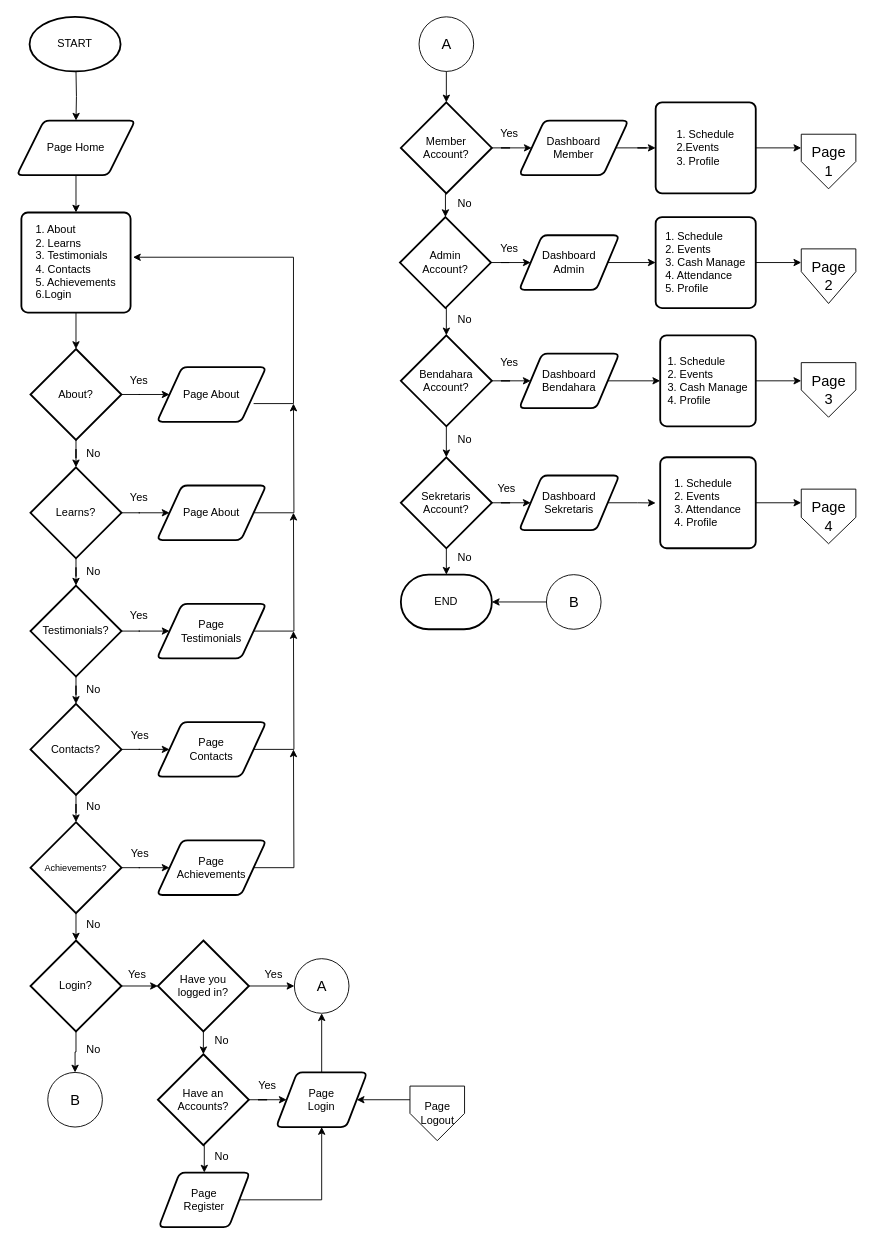
dapzz-id/DrawIO keeps this draw.io diagram as Syntax-Web.drawio. Above is the earlier version. Source tidied: cells renumbered, new cells numbered last; positions are measured from the earlier drawing's top-left corner, leaving out a move shared by most shapes. Both pictures are drawn from the tidied source at 91%, with x=0, y=0 at pixel (16, 16).
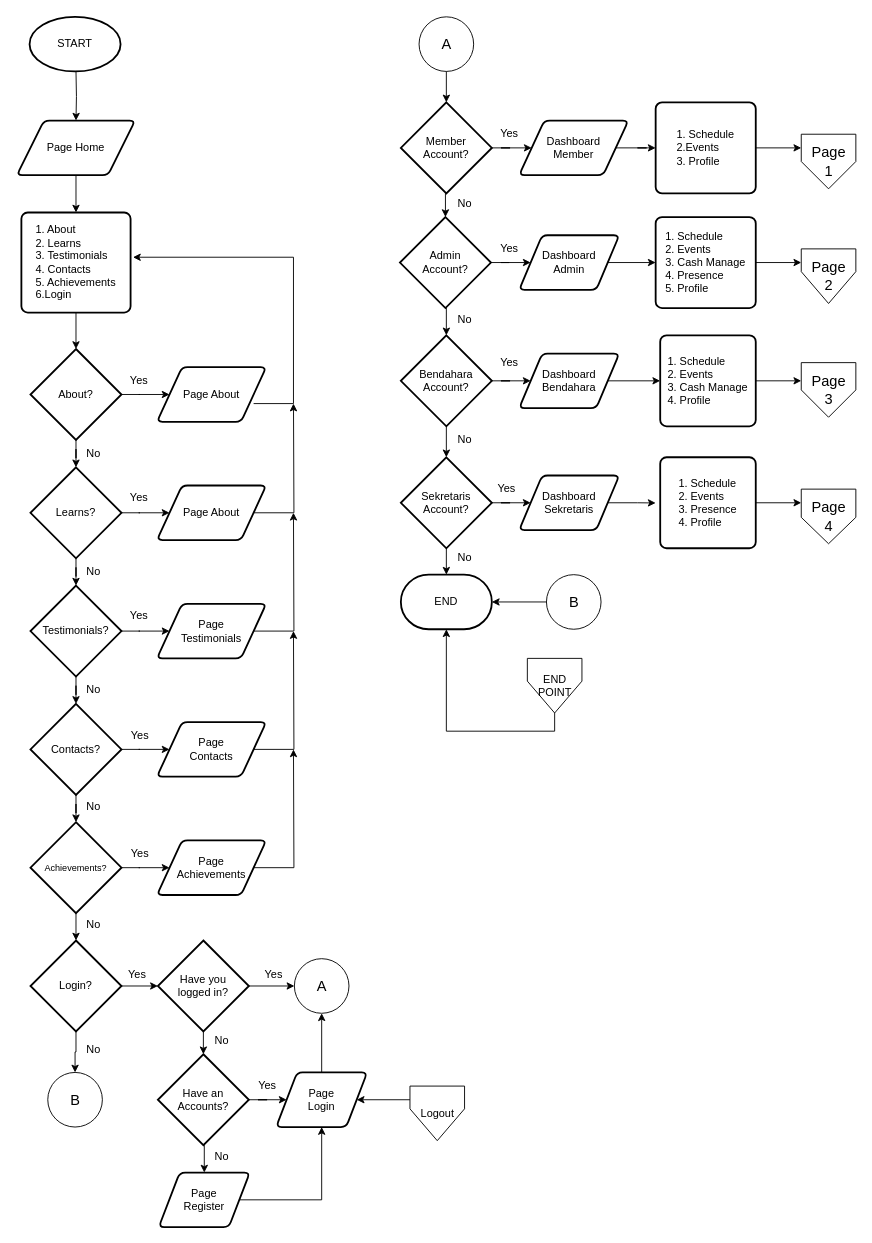
After the change.

Unchanged cells that the change refers to:
```xml
<mxCell id="89" value="END" style="strokeWidth=2;html=1;shape=mxgraph.flowchart.terminator;whiteSpace=wrap;labelBorderColor=none;" parent="1" vertex="1">
  <mxGeometry x="422" y="613" width="100" height="60" as="geometry" />
</mxCell>
```

The edit, as a diff of the source:
```diff
@@
-    <mxCell id="71" value="&lt;div style=&quot;text-align: justify;&quot;&gt;&lt;span style=&quot;background-color: initial;&quot;&gt;1. Schedule&lt;/span&gt;&lt;/div&gt;&lt;div style=&quot;text-align: justify;&quot;&gt;2. Events&lt;/div&gt;&lt;div style=&quot;text-align: justify;&quot;&gt;3. Cash Manage&lt;/div&gt;&lt;div style=&quot;text-align: justify;&quot;&gt;4. Attendance&lt;/div&gt;&lt;div style=&quot;text-align: justify;&quot;&gt;5. Profile&lt;/div&gt;" style="rounded=1;whiteSpace=wrap;html=1;absoluteArcSize=1;arcSize=14;strokeWidth=2;labelBorderColor=none;" parent="1" vertex="1">
+    <mxCell id="71" value="&lt;div style=&quot;text-align: justify;&quot;&gt;&lt;span style=&quot;background-color: initial;&quot;&gt;1. Schedule&lt;/span&gt;&lt;/div&gt;&lt;div style=&quot;text-align: justify;&quot;&gt;2. Events&lt;/div&gt;&lt;div style=&quot;text-align: justify;&quot;&gt;3. Cash Manage&lt;/div&gt;&lt;div style=&quot;text-align: justify;&quot;&gt;4. Presence&lt;/div&gt;&lt;div style=&quot;text-align: justify;&quot;&gt;5. Profile&lt;/div&gt;" style="rounded=1;whiteSpace=wrap;html=1;absoluteArcSize=1;arcSize=14;strokeWidth=2;labelBorderColor=none;" parent="1" vertex="1">
       <mxGeometry x="702" y="220" width="110" height="100" as="geometry" />
     </mxCell>
@@
-    <mxCell id="88" value="&lt;div style=&quot;text-align: justify;&quot;&gt;&lt;span style=&quot;background-color: initial;&quot;&gt;1. Schedule&lt;/span&gt;&lt;/div&gt;&lt;div style=&quot;text-align: justify;&quot;&gt;2. Events&lt;/div&gt;&lt;div style=&quot;text-align: justify;&quot;&gt;3. Attendance&lt;/div&gt;&lt;div style=&quot;text-align: justify;&quot;&gt;4. Profile&lt;/div&gt;" style="rounded=1;whiteSpace=wrap;html=1;absoluteArcSize=1;arcSize=14;strokeWidth=2;labelBorderColor=none;" parent="1" vertex="1">
+    <mxCell id="88" value="&lt;div style=&quot;text-align: justify;&quot;&gt;&lt;span style=&quot;background-color: initial;&quot;&gt;1. Schedule&lt;/span&gt;&lt;/div&gt;&lt;div style=&quot;text-align: justify;&quot;&gt;2. Events&lt;/div&gt;&lt;div style=&quot;text-align: justify;&quot;&gt;3. Presence&lt;/div&gt;&lt;div style=&quot;text-align: justify;&quot;&gt;4. Profile&lt;/div&gt;" style="rounded=1;whiteSpace=wrap;html=1;absoluteArcSize=1;arcSize=14;strokeWidth=2;labelBorderColor=none;" parent="1" vertex="1">
       <mxGeometry x="707" y="484" width="105" height="100" as="geometry" />
     </mxCell>
@@
-    <mxCell id="108" value="Page&lt;div&gt;Logout&lt;/div&gt;" style="verticalLabelPosition=middle;verticalAlign=middle;html=1;shape=offPageConnector;rounded=0;size=0.5;labelPosition=center;align=center;" parent="1" vertex="1">
+    <mxCell id="108" value="&lt;span style=&quot;background-color: initial;&quot;&gt;Logout&lt;/span&gt;" style="verticalLabelPosition=middle;verticalAlign=middle;html=1;shape=offPageConnector;rounded=0;size=0.5833333333333334;labelPosition=center;align=center;" parent="1" vertex="1">
       <mxGeometry x="432" y="1175" width="60" height="60" as="geometry" />
     </mxCell>
@@
+    <mxCell id="111" value="END&lt;div&gt;POINT&lt;/div&gt;" style="verticalLabelPosition=middle;verticalAlign=middle;html=1;shape=offPageConnector;rounded=0;size=0.5833333333333334;labelPosition=center;align=center;" parent="1" vertex="1">
+      <mxGeometry x="561" y="705" width="60" height="60" as="geometry" />
+    </mxCell>
+    <mxCell id="112" style="edgeStyle=orthogonalEdgeStyle;rounded=0;jettySize=auto;html=1;exitX=0.5;exitY=1;exitDx=0;exitDy=0;entryX=0.5;entryY=1;entryDx=0;entryDy=0;entryPerimeter=0;" parent="1" edge="1" source="111" target="89">
+      <mxGeometry relative="1" as="geometry" />
+    </mxCell>
```
